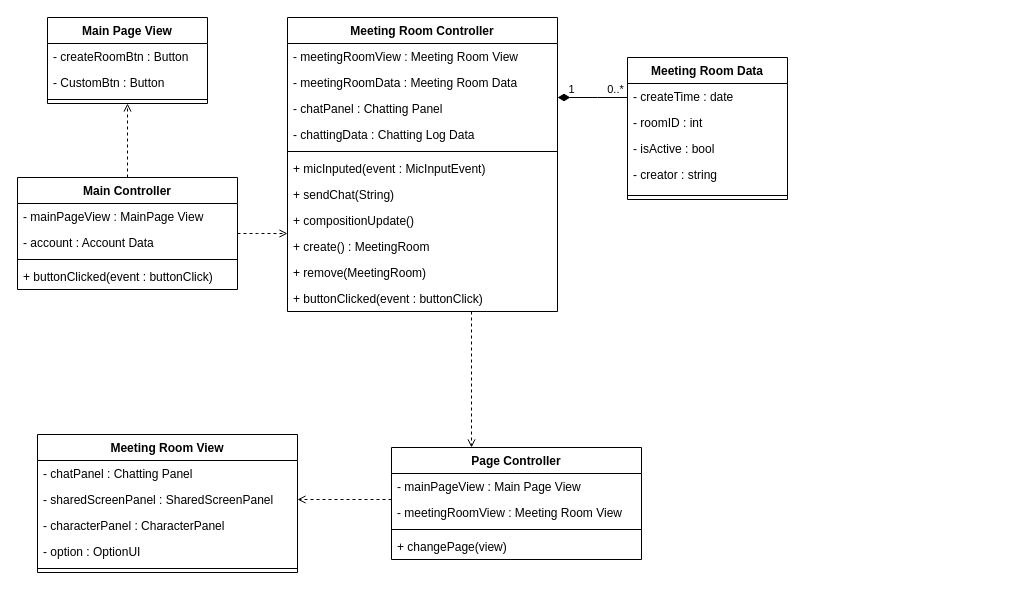
The draw.io diagram CD1.drawio in ONFFLine/Diagram, before the edit. Source tidied: cells renumbered, new cells numbered last; positions are measured from the earlier drawing's top-left corner, leaving out a move shared by most shapes. Both pictures are drawn from the tidied source at 100%, with x=0, y=0 at pixel (17, 17).
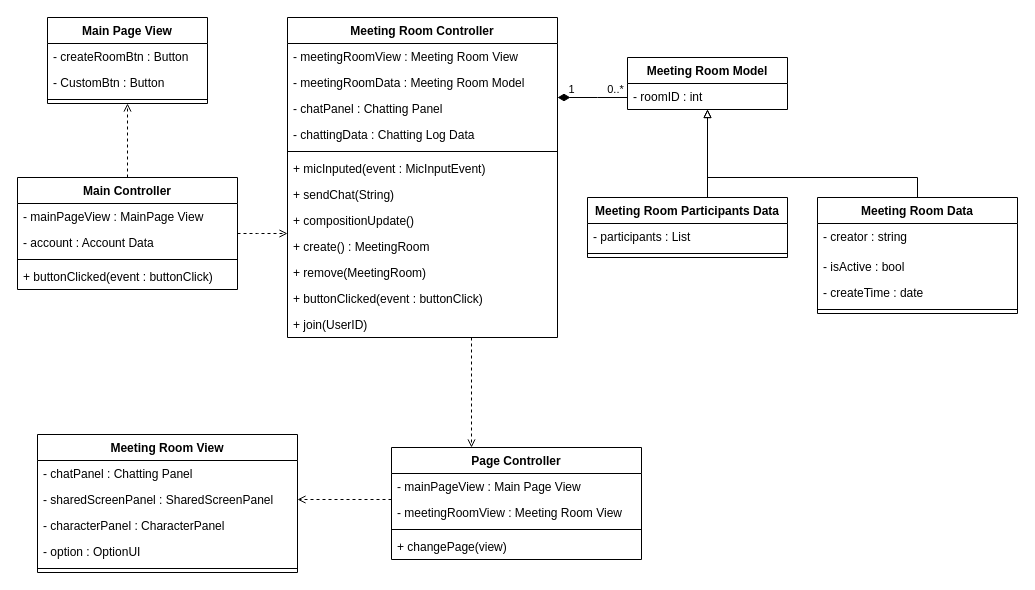
Above is the later version.

What changed in the source:
```diff
@@
     <mxCell id="3" value="Meeting Room Controller" style="swimlane;fontStyle=1;align=center;verticalAlign=top;horizontal=1;startSize=26;" parent="1" vertex="1">
-      <mxGeometry x="270" width="270" height="294" as="geometry" />
+      <mxGeometry x="270" width="270" height="320" as="geometry" />
     </mxCell>
@@
-    <mxCell id="5" value="- meetingRoomData : Meeting Room Data" style="text;strokeColor=none;fillColor=none;align=left;verticalAlign=top;spacingLeft=4;spacingRight=4;overflow=hidden;" parent="3" vertex="1">
+    <mxCell id="5" value="- meetingRoomData : Meeting Room Model" style="text;strokeColor=none;fillColor=none;align=left;verticalAlign=top;spacingLeft=4;spacingRight=4;overflow=hidden;" parent="3" vertex="1">
       <mxGeometry y="52" width="270" height="26" as="geometry" />
     </mxCell>
@@
+    <mxCell id="47" value="+ buttonClicked(event : buttonClick)" style="text;strokeColor=none;fillColor=none;align=left;verticalAlign=top;spacingLeft=4;spacingRight=4;overflow=hidden;" parent="3" vertex="1">
+      <mxGeometry y="268" width="270" height="26" as="geometry" />
+    </mxCell>
-    <mxCell id="14" value="+ buttonClicked(event : buttonClick)" style="text;strokeColor=none;fillColor=none;align=left;verticalAlign=top;spacingLeft=4;spacingRight=4;overflow=hidden;" parent="3" vertex="1">
-      <mxGeometry y="268" width="270" height="26" as="geometry" />
+    <mxCell id="14" value="+ join(UserID)" style="text;strokeColor=none;fillColor=none;align=left;verticalAlign=top;spacingLeft=4;spacingRight=4;overflow=hidden;" parent="3" vertex="1">
+      <mxGeometry y="294" width="270" height="26" as="geometry" />
     </mxCell>
@@
-    <mxCell id="41" value="Meeting Room Data" style="swimlane;fontStyle=1;align=center;verticalAlign=top;horizontal=1;startSize=26;" parent="1" vertex="1">
-      <mxGeometry x="610" y="40" width="160" height="142" as="geometry" />
+    <mxCell id="41" value="Meeting Room Model" style="swimlane;fontStyle=1;align=center;verticalAlign=top;horizontal=1;startSize=26;" parent="1" vertex="1">
+      <mxGeometry x="610" y="40" width="160" height="52" as="geometry" />
     </mxCell>
+    <mxCell id="43" value="- roomID : int" style="text;strokeColor=none;fillColor=none;align=left;verticalAlign=top;spacingLeft=4;spacingRight=4;overflow=hidden;" parent="41" vertex="1">
+      <mxGeometry y="26" width="160" height="26" as="geometry" />
+    </mxCell>
+    <mxCell id="48" style="edgeStyle=orthogonalEdgeStyle;rounded=0;jettySize=auto;html=1;entryX=0.5;entryY=1;entryDx=0;entryDy=0;endArrow=block;endFill=0;startSize=6;endSize=6;strokeWidth=1;" parent="1" edge="1" source="49" target="41">
+      <mxGeometry relative="1" as="geometry">
+        <Array as="points">
+          <mxPoint x="690" y="240" />
+          <mxPoint x="690" y="240" />
+        </Array>
+      </mxGeometry>
+    </mxCell>
+    <mxCell id="49" value="Meeting Room Participants Data" style="swimlane;fontStyle=1;align=center;verticalAlign=top;horizontal=1;startSize=26;" parent="1" vertex="1">
+      <mxGeometry x="570" y="180" width="200" height="60" as="geometry" />
+    </mxCell>
+    <mxCell id="50" value="- participants : List" style="text;strokeColor=none;fillColor=none;align=left;verticalAlign=top;spacingLeft=4;spacingRight=4;overflow=hidden;" parent="49" vertex="1">
+      <mxGeometry y="26" width="200" height="26" as="geometry" />
+    </mxCell>
+    <mxCell id="51" style="line;strokeWidth=1;fillColor=none;align=left;verticalAlign=middle;spacingTop=-1;spacingLeft=3;spacingRight=3;labelPosition=right;" parent="49" vertex="1">
+      <mxGeometry y="52" width="200" height="8" as="geometry" />
+    </mxCell>
+    <mxCell id="52" style="edgeStyle=orthogonalEdgeStyle;rounded=0;jettySize=auto;html=1;endArrow=block;endFill=0;startSize=6;endSize=6;strokeWidth=1;" parent="1" edge="1" source="53" target="41">
+      <mxGeometry relative="1" as="geometry">
+        <Array as="points">
+          <mxPoint x="900" y="160" />
+          <mxPoint x="690" y="160" />
+        </Array>
+      </mxGeometry>
+    </mxCell>
+    <mxCell id="53" value="Meeting Room Data" style="swimlane;fontStyle=1;align=center;verticalAlign=top;horizontal=1;startSize=26;" parent="1" vertex="1">
+      <mxGeometry x="800" y="180" width="200" height="116" as="geometry" />
+    </mxCell>
+    <mxCell id="45" value="- creator : string" style="text;strokeColor=none;fillColor=none;align=left;verticalAlign=top;spacingLeft=4;spacingRight=4;overflow=hidden;" parent="53" vertex="1">
+      <mxGeometry y="26" width="200" height="30" as="geometry" />
+    </mxCell>
+    <mxCell id="44" value="- isActive : bool" style="text;strokeColor=none;fillColor=none;align=left;verticalAlign=top;spacingLeft=4;spacingRight=4;overflow=hidden;" parent="53" vertex="1">
+      <mxGeometry y="56" width="200" height="26" as="geometry" />
+    </mxCell>
-    <mxCell id="42" value="- createTime : date" style="text;strokeColor=none;fillColor=none;align=left;verticalAlign=top;spacingLeft=4;spacingRight=4;overflow=hidden;" parent="41" vertex="1">
-      <mxGeometry y="26" width="160" height="26" as="geometry" />
+    <mxCell id="42" value="- createTime : date" style="text;strokeColor=none;fillColor=none;align=left;verticalAlign=top;spacingLeft=4;spacingRight=4;overflow=hidden;" parent="53" vertex="1">
+      <mxGeometry y="82" width="200" height="26" as="geometry" />
     </mxCell>
-    <mxCell id="43" value="- roomID : int" style="text;strokeColor=none;fillColor=none;align=left;verticalAlign=top;spacingLeft=4;spacingRight=4;overflow=hidden;" parent="41" vertex="1">
-      <mxGeometry y="52" width="160" height="26" as="geometry" />
-    </mxCell>
-    <mxCell id="44" value="- isActive : bool" style="text;strokeColor=none;fillColor=none;align=left;verticalAlign=top;spacingLeft=4;spacingRight=4;overflow=hidden;" parent="41" vertex="1">
-      <mxGeometry y="78" width="160" height="26" as="geometry" />
-    </mxCell>
-    <mxCell id="45" value="- creator : string" style="text;strokeColor=none;fillColor=none;align=left;verticalAlign=top;spacingLeft=4;spacingRight=4;overflow=hidden;" parent="41" vertex="1">
-      <mxGeometry y="104" width="160" height="30" as="geometry" />
-    </mxCell>
-    <mxCell id="46" style="line;strokeWidth=1;fillColor=none;align=left;verticalAlign=middle;spacingTop=-1;spacingLeft=3;spacingRight=3;labelPosition=right;" parent="41" vertex="1">
-      <mxGeometry y="134" width="160" height="8" as="geometry" />
+    <mxCell id="46" style="line;strokeWidth=1;fillColor=none;align=left;verticalAlign=middle;spacingTop=-1;spacingLeft=3;spacingRight=3;labelPosition=right;" parent="53" vertex="1">
+      <mxGeometry y="108" width="200" height="8" as="geometry" />
     </mxCell>
```
